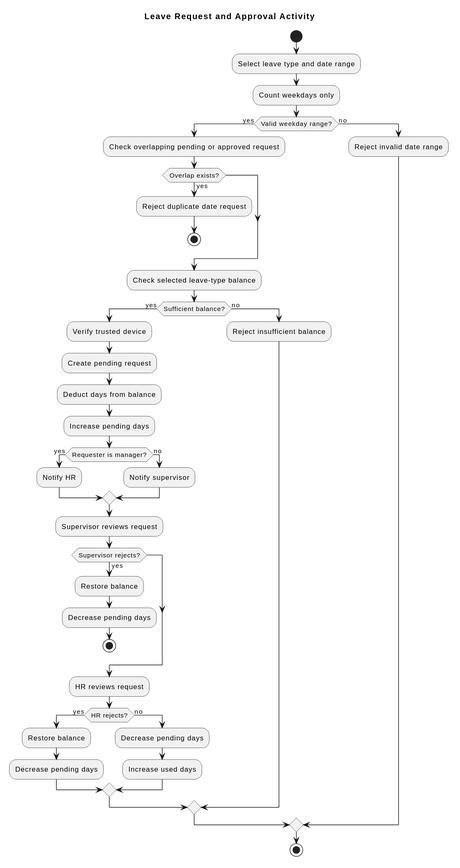
Earlier version of the PlantUML export docs/diagrams/leave_request_activity.svg (jjurencastro/leavesync).
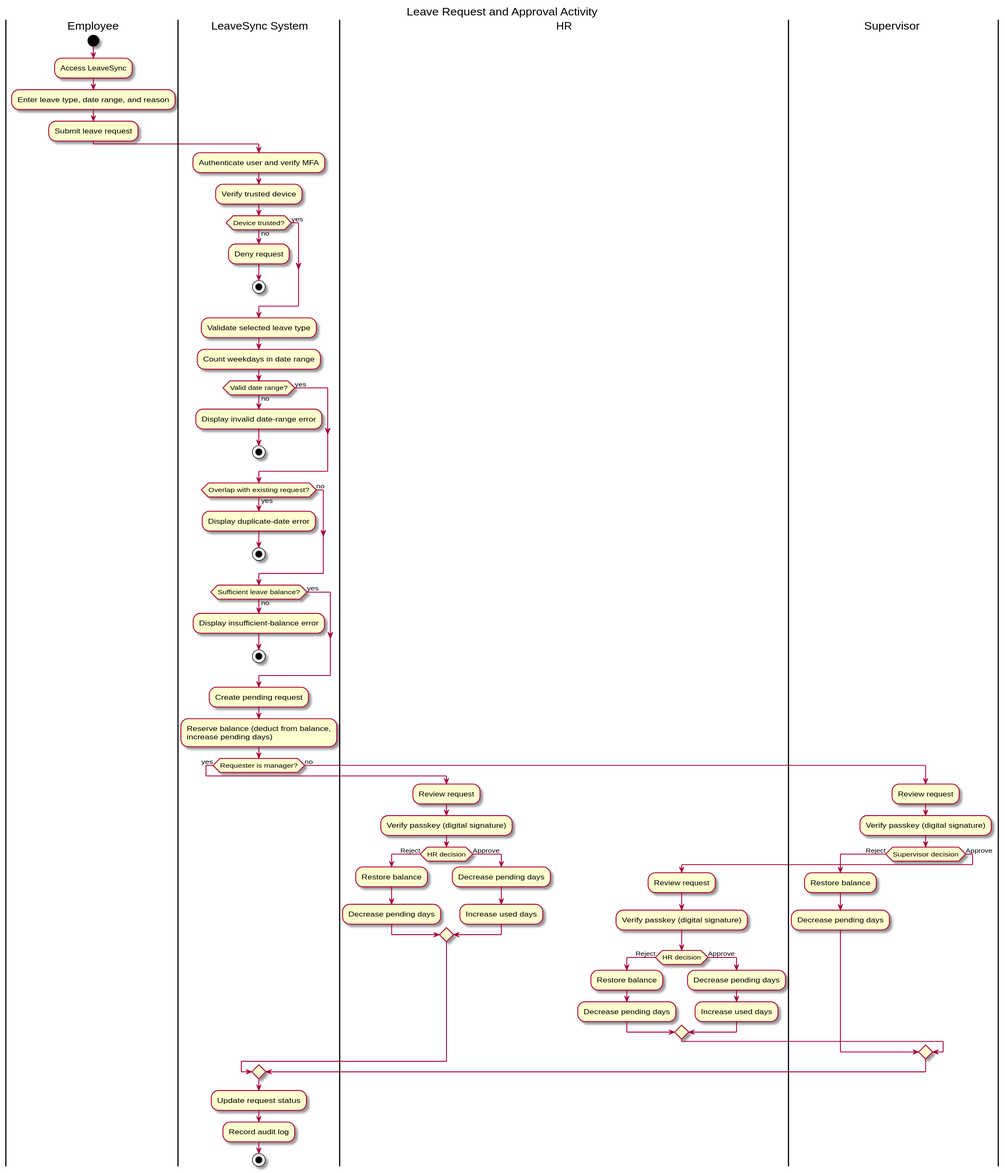
Later version of the same file.

Diff of the diagram source:
```diff
@@ -1,45 +1,74 @@
 @startuml
 !pragma layout smetana
- title Leave Request and Approval Activity
- start
- :Select leave type and date range;
- :Count weekdays only;
- if (Valid weekday range?) then (yes)
-   :Check overlapping pending or approved request;
-   if (Overlap exists?) then (yes)
-     :Reject duplicate date request;
-     stop
-   endif
-   :Check selected leave-type balance;
-   if (Sufficient balance?) then (yes)
-     :Verify trusted device;
-     :Create pending request;
-     :Deduct days from balance;
-     :Increase pending days;
-     if (Requester is manager?) then (yes)
-       :Notify HR;
-     else (no)
-       :Notify supervisor;
-     endif
-     :Supervisor reviews request;
-     if (Supervisor rejects?) then (yes)
-       :Restore balance;
-       :Decrease pending days;
-       stop
-     endif
-     :HR reviews request;
-     if (HR rejects?) then (yes)
-       :Restore balance;
-       :Decrease pending days;
-     else (no)
-       :Decrease pending days;
-       :Increase used days;
-     endif
-   else (no)
-     :Reject insufficient balance;
-   endif
- else (no)
-   :Reject invalid date range;
- endif
- stop
+title Leave Request and Approval Activity
+
+|Employee|
+start
+:Access LeaveSync;
+:Enter leave type, date range, and reason;
+:Submit leave request;
+
+|LeaveSync System|
+:Authenticate user and verify MFA;
+:Verify trusted device;
+if (Device trusted?) then (no)
+  :Deny request;
+  stop
+else (yes)
+endif
+:Validate selected leave type;
+:Count weekdays in date range;
+if (Valid date range?) then (no)
+  :Display invalid date-range error;
+  stop
+else (yes)
+endif
+if (Overlap with existing request?) then (yes)
+  :Display duplicate-date error;
+  stop
+else (no)
+endif
+if (Sufficient leave balance?) then (no)
+  :Display insufficient-balance error;
+  stop
+else (yes)
+endif
+:Create pending request;
+:Reserve balance (deduct from balance,\nincrease pending days);
+if (Requester is manager?) then (yes)
+  |HR|
+  :Review request;
+  :Verify passkey (digital signature);
+  if (HR decision) then (Reject)
+    :Restore balance;
+    :Decrease pending days;
+  else (Approve)
+    :Decrease pending days;
+    :Increase used days;
+  endif
+else (no)
+  |Supervisor|
+  :Review request;
+  :Verify passkey (digital signature);
+  if (Supervisor decision) then (Reject)
+    :Restore balance;
+    :Decrease pending days;
+  else (Approve)
+    |HR|
+    :Review request;
+    :Verify passkey (digital signature);
+    if (HR decision) then (Reject)
+      :Restore balance;
+      :Decrease pending days;
+    else (Approve)
+      :Decrease pending days;
+      :Increase used days;
+    endif
+  endif
+endif
+
+|LeaveSync System|
+:Update request status;
+:Record audit log;
+stop
 @enduml
```
